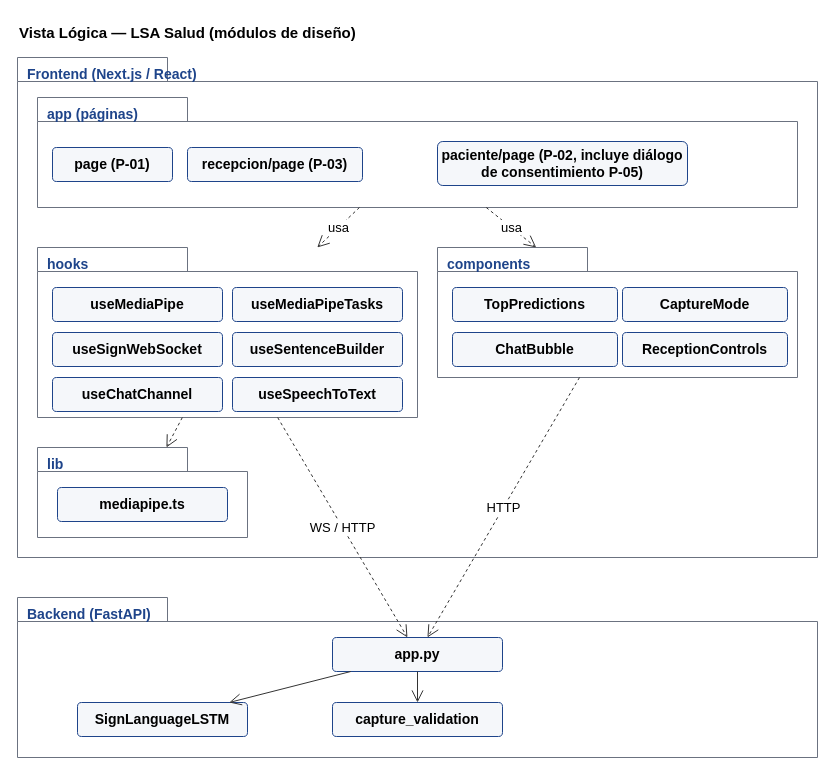
Above: docs/diagramas/arquitectura/06_vista_logica.drawio in santinohamada/Nexora (draw.io), before the change. Source tidied: cells renumbered, new cells numbered last; positions are measured from the earlier drawing's top-left corner, leaving out a move shared by most shapes. Both pictures are drawn from the tidied source at 100%, with x=0, y=0 at pixel (17, 17).
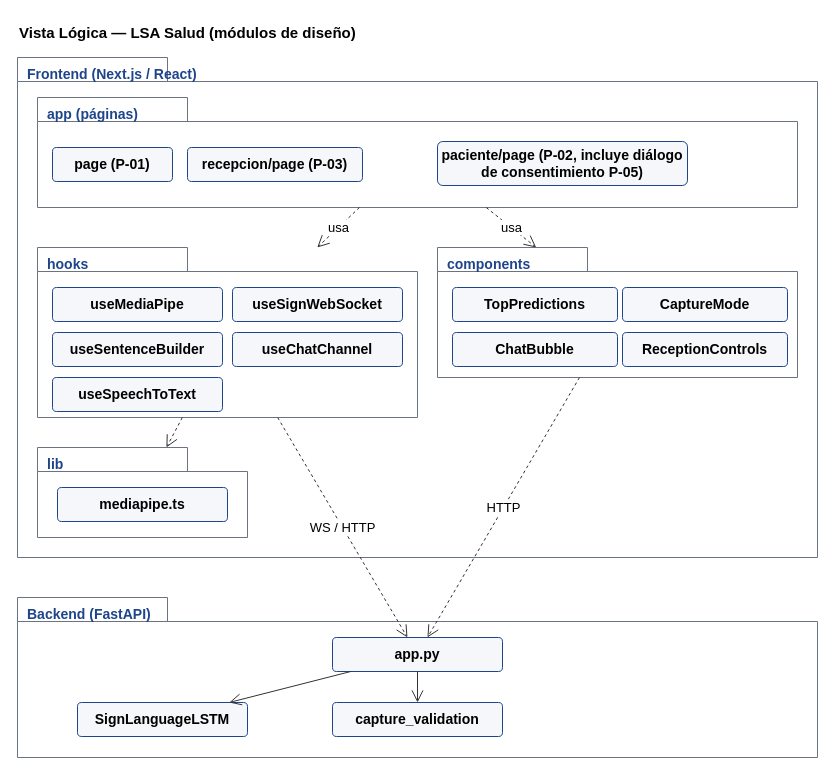
The same diagram, later.

Diff of the diagram source:
```diff
@@
-    <mxCell id="13" value="useMediaPipeTasks" style="rounded=1;arcSize=12;html=1;whiteSpace=wrap;fillColor=#F5F7FA;strokeColor=#1E448A;fontStyle=1;fontSize=14;fontFamily=Helvetica;" parent="1" vertex="1">
-      <mxGeometry x="215" y="270" width="170" height="34" as="geometry" />
-    </mxCell>
     <mxCell id="14" value="useSignWebSocket" style="rounded=1;arcSize=12;html=1;whiteSpace=wrap;fillColor=#F5F7FA;strokeColor=#1E448A;fontStyle=1;fontSize=14;fontFamily=Helvetica;" parent="1" vertex="1">
-      <mxGeometry x="35" y="315" width="170" height="34" as="geometry" />
+      <mxGeometry x="215" y="270" width="170" height="34" as="geometry" />
     </mxCell>
     <mxCell id="15" value="useSentenceBuilder" style="rounded=1;arcSize=12;html=1;whiteSpace=wrap;fillColor=#F5F7FA;strokeColor=#1E448A;fontStyle=1;fontSize=14;fontFamily=Helvetica;" parent="1" vertex="1">
-      <mxGeometry x="215" y="315" width="170" height="34" as="geometry" />
+      <mxGeometry x="35" y="315" width="170" height="34" as="geometry" />
     </mxCell>
     <mxCell id="16" value="useChatChannel" style="rounded=1;arcSize=12;html=1;whiteSpace=wrap;fillColor=#F5F7FA;strokeColor=#1E448A;fontStyle=1;fontSize=14;fontFamily=Helvetica;" parent="1" vertex="1">
-      <mxGeometry x="35" y="360" width="170" height="34" as="geometry" />
+      <mxGeometry x="215" y="315" width="170" height="34" as="geometry" />
     </mxCell>
     <mxCell id="17" value="useSpeechToText" style="rounded=1;arcSize=12;html=1;whiteSpace=wrap;fillColor=#F5F7FA;strokeColor=#1E448A;fontStyle=1;fontSize=14;fontFamily=Helvetica;" parent="1" vertex="1">
-      <mxGeometry x="215" y="360" width="170" height="34" as="geometry" />
+      <mxGeometry x="35" y="360" width="170" height="34" as="geometry" />
     </mxCell>
```
